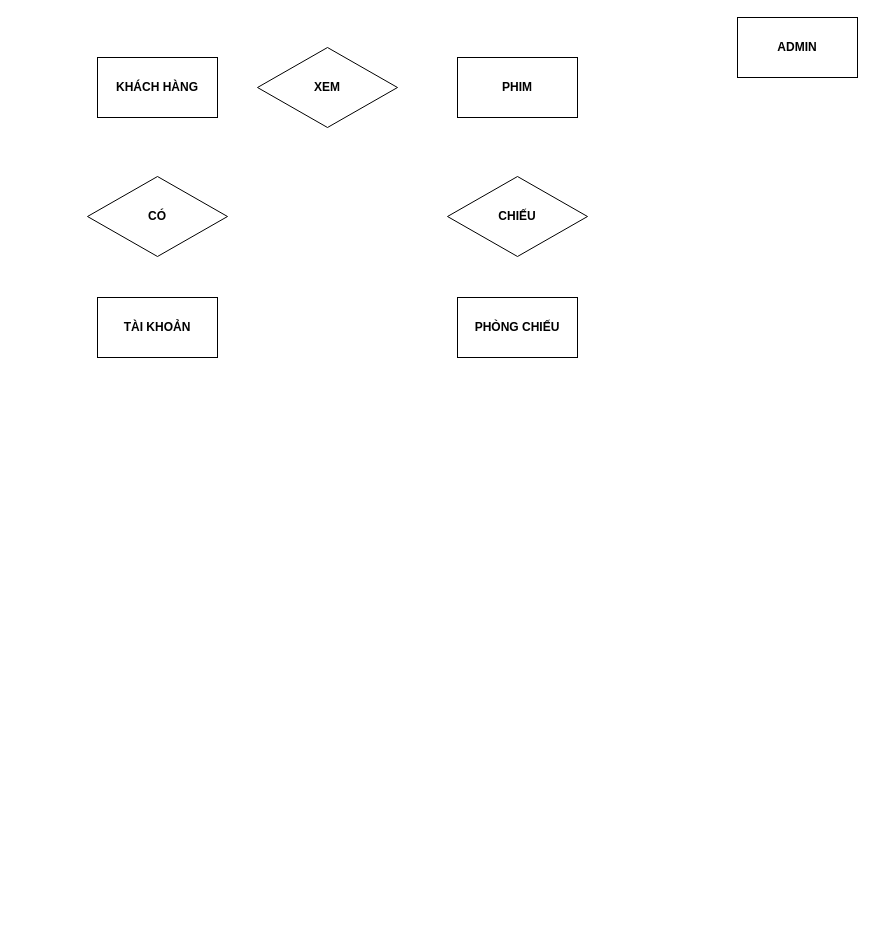
The draw.io diagram page "ERD" (1 of 2) of ERD.drawio in tuanthanhhh/tuanthanhhh, before the edit. Source tidied: cells renumbered, new cells numbered last; positions are measured from the earlier drawing's top-left corner, leaving out a move shared by most shapes. Both pictures are drawn from the tidied source at 100%, with x=0, y=0 at pixel (87, 17).
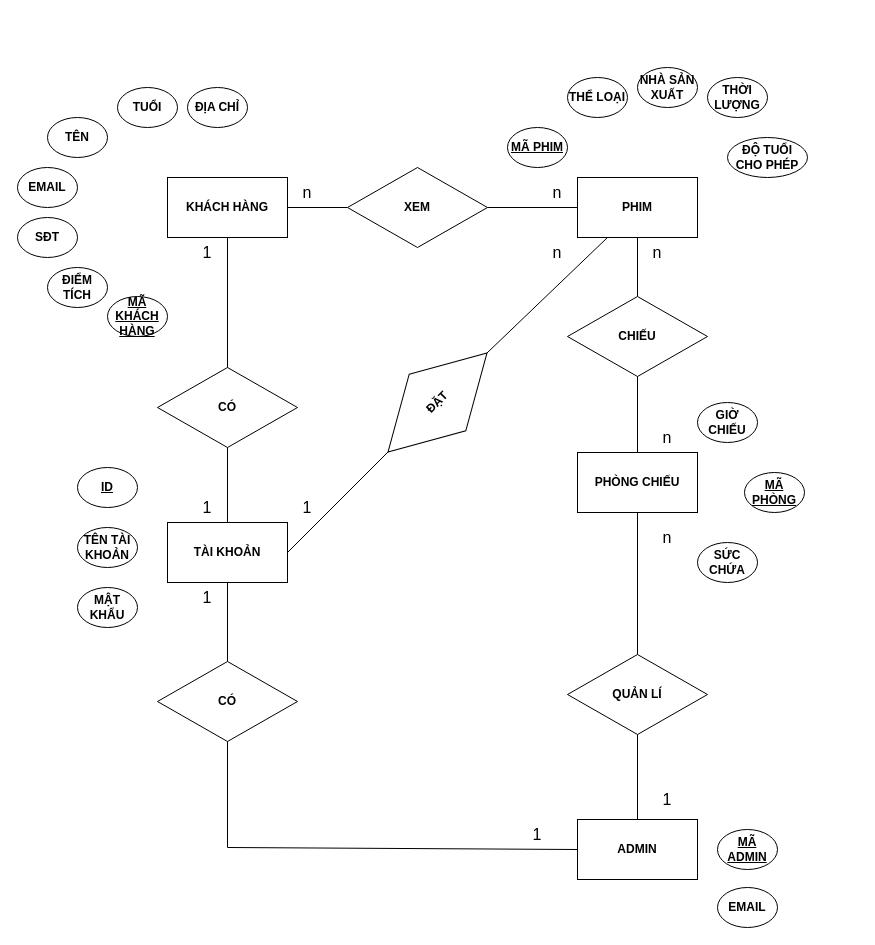
The same diagram, later.

Commit message:
Cập nhật ERD.drawio

The edit, as a diff of the source:
```diff
@@
     <mxCell id="2" value="&lt;b&gt;KHÁCH HÀNG&lt;/b&gt;" style="rounded=0;whiteSpace=wrap;html=1;" parent="1" vertex="1">
-      <mxGeometry x="10" y="40" width="120" height="60" as="geometry" />
+      <mxGeometry x="80" y="160" width="120" height="60" as="geometry" />
     </mxCell>
     <mxCell id="3" value="&lt;b&gt;PHIM&lt;/b&gt;" style="rounded=0;whiteSpace=wrap;html=1;" parent="1" vertex="1">
-      <mxGeometry x="370" y="40" width="120" height="60" as="geometry" />
+      <mxGeometry x="490" y="160" width="120" height="60" as="geometry" />
     </mxCell>
     <mxCell id="4" value="&lt;b&gt;PHÒNG CHIẾU&lt;/b&gt;" style="rounded=0;whiteSpace=wrap;html=1;" parent="1" vertex="1">
-      <mxGeometry x="370" y="280" width="120" height="60" as="geometry" />
+      <mxGeometry x="490" y="435" width="120" height="60" as="geometry" />
     </mxCell>
     <mxCell id="5" value="&lt;b&gt;ADMIN&lt;/b&gt;" style="rounded=0;whiteSpace=wrap;html=1;" parent="1" vertex="1">
-      <mxGeometry x="650" width="120" height="60" as="geometry" />
+      <mxGeometry x="490" y="802" width="120" height="60" as="geometry" />
     </mxCell>
     <mxCell id="6" value="&lt;b&gt;XEM&lt;/b&gt;" style="rhombus;whiteSpace=wrap;html=1;" parent="1" vertex="1">
-      <mxGeometry x="170" y="30" width="140" height="80" as="geometry" />
+      <mxGeometry x="260" y="150" width="140" height="80" as="geometry" />
     </mxCell>
     <mxCell id="7" value="&lt;b&gt;CHIẾU&lt;/b&gt;" style="rhombus;whiteSpace=wrap;html=1;" parent="1" vertex="1">
-      <mxGeometry x="360" y="159" width="140" height="80" as="geometry" />
+      <mxGeometry x="480" y="279" width="140" height="80" as="geometry" />
     </mxCell>
     <mxCell id="8" value="&lt;b&gt;CÓ&lt;/b&gt;" style="rhombus;whiteSpace=wrap;html=1;" parent="1" vertex="1">
-      <mxGeometry y="159" width="140" height="80" as="geometry" />
+      <mxGeometry x="70" y="350" width="140" height="80" as="geometry" />
     </mxCell>
     <mxCell id="9" value="&lt;b&gt;TÀI KHOẢN&lt;/b&gt;" style="rounded=0;whiteSpace=wrap;html=1;" parent="1" vertex="1">
-      <mxGeometry x="10" y="280" width="120" height="60" as="geometry" />
+      <mxGeometry x="80" y="505" width="120" height="60" as="geometry" />
     </mxCell>
+    <mxCell id="10" value="&lt;b&gt;QUẢN LÍ&lt;/b&gt;" style="rhombus;whiteSpace=wrap;html=1;" parent="1" vertex="1">
+      <mxGeometry x="480" y="637" width="140" height="80" as="geometry" />
+    </mxCell>
+    <mxCell id="11" value="&lt;b&gt;TÊN&lt;/b&gt;" style="ellipse;whiteSpace=wrap;html=1;" parent="1" vertex="1">
+      <mxGeometry x="-40" y="100" width="60" height="40" as="geometry" />
+    </mxCell>
+    <mxCell id="12" value="&lt;b&gt;TUỔI&lt;/b&gt;" style="ellipse;whiteSpace=wrap;html=1;" parent="1" vertex="1">
+      <mxGeometry x="30" y="70" width="60" height="40" as="geometry" />
+    </mxCell>
+    <mxCell id="13" value="&lt;b&gt;ĐỊA CHỈ&lt;/b&gt;" style="ellipse;whiteSpace=wrap;html=1;" parent="1" vertex="1">
+      <mxGeometry x="100" y="70" width="60" height="40" as="geometry" />
+    </mxCell>
+    <mxCell id="14" value="&lt;b&gt;EMAIL&lt;/b&gt;" style="ellipse;whiteSpace=wrap;html=1;" parent="1" vertex="1">
+      <mxGeometry x="-70" y="150" width="60" height="40" as="geometry" />
+    </mxCell>
+    <mxCell id="15" value="&lt;b&gt;SĐT&lt;/b&gt;" style="ellipse;whiteSpace=wrap;html=1;" parent="1" vertex="1">
+      <mxGeometry x="-70" y="200" width="60" height="40" as="geometry" />
+    </mxCell>
+    <mxCell id="16" value="&lt;b&gt;ĐIỂM TÍCH&lt;/b&gt;" style="ellipse;whiteSpace=wrap;html=1;" parent="1" vertex="1">
+      <mxGeometry x="-40" y="250" width="60" height="40" as="geometry" />
+    </mxCell>
+    <mxCell id="17" value="&lt;b&gt;&lt;u&gt;MÃ KHÁCH HÀNG&lt;/u&gt;&lt;/b&gt;" style="ellipse;whiteSpace=wrap;html=1;" parent="1" vertex="1">
+      <mxGeometry x="20" y="279" width="60" height="40" as="geometry" />
+    </mxCell>
+    <mxCell id="18" value="&lt;b&gt;&lt;u&gt;MÃ PHIM&lt;/u&gt;&lt;/b&gt;" style="ellipse;whiteSpace=wrap;html=1;" parent="1" vertex="1">
+      <mxGeometry x="420" y="110" width="60" height="40" as="geometry" />
+    </mxCell>
+    <mxCell id="19" value="&lt;b&gt;THỂ LOẠI&lt;/b&gt;" style="ellipse;whiteSpace=wrap;html=1;" parent="1" vertex="1">
+      <mxGeometry x="480" y="60" width="60" height="40" as="geometry" />
+    </mxCell>
+    <mxCell id="20" value="&lt;b&gt;NHÀ SẢN XUẤT&lt;/b&gt;" style="ellipse;whiteSpace=wrap;html=1;" parent="1" vertex="1">
+      <mxGeometry x="550" y="50" width="60" height="40" as="geometry" />
+    </mxCell>
+    <mxCell id="21" value="&lt;b&gt;THỜI LƯỢNG&lt;/b&gt;" style="ellipse;whiteSpace=wrap;html=1;" parent="1" vertex="1">
+      <mxGeometry x="620" y="60" width="60" height="40" as="geometry" />
+    </mxCell>
+    <mxCell id="22" value="&lt;b&gt;ĐỘ TUỔI CHO PHÉP&lt;/b&gt;" style="ellipse;whiteSpace=wrap;html=1;" parent="1" vertex="1">
+      <mxGeometry x="640" y="120" width="80" height="40" as="geometry" />
+    </mxCell>
+    <mxCell id="23" value="&lt;b&gt;&lt;u&gt;MÃ PHÒNG&lt;/u&gt;&lt;/b&gt;" style="ellipse;whiteSpace=wrap;html=1;" parent="1" vertex="1">
+      <mxGeometry x="657" y="455" width="60" height="40" as="geometry" />
+    </mxCell>
+    <mxCell id="24" value="&lt;b&gt;GIỜ CHIẾU&lt;/b&gt;" style="ellipse;whiteSpace=wrap;html=1;" parent="1" vertex="1">
+      <mxGeometry x="610" y="385" width="60" height="40" as="geometry" />
+    </mxCell>
+    <mxCell id="25" value="&lt;b&gt;SỨC CHỨA&lt;/b&gt;" style="ellipse;whiteSpace=wrap;html=1;" parent="1" vertex="1">
+      <mxGeometry x="610" y="525" width="60" height="40" as="geometry" />
+    </mxCell>
+    <mxCell id="26" value="&lt;b&gt;CÓ&lt;/b&gt;" style="rhombus;whiteSpace=wrap;html=1;" parent="1" vertex="1">
+      <mxGeometry x="70" y="644" width="140" height="80" as="geometry" />
+    </mxCell>
+    <mxCell id="27" value="&lt;b&gt;&lt;u&gt;ID&lt;/u&gt;&lt;/b&gt;" style="ellipse;whiteSpace=wrap;html=1;" parent="1" vertex="1">
+      <mxGeometry x="-10" y="450" width="60" height="40" as="geometry" />
+    </mxCell>
+    <mxCell id="28" value="&lt;b&gt;TÊN TÀI KHOẢN&lt;/b&gt;" style="ellipse;whiteSpace=wrap;html=1;" parent="1" vertex="1">
+      <mxGeometry x="-10" y="510" width="60" height="40" as="geometry" />
+    </mxCell>
+    <mxCell id="29" value="&lt;b&gt;MẬT KHẨU&lt;/b&gt;" style="ellipse;whiteSpace=wrap;html=1;" parent="1" vertex="1">
+      <mxGeometry x="-10" y="570" width="60" height="40" as="geometry" />
+    </mxCell>
+    <mxCell id="30" value="&lt;b&gt;&lt;u&gt;MÃ ADMIN&lt;/u&gt;&lt;/b&gt;" style="ellipse;whiteSpace=wrap;html=1;" parent="1" vertex="1">
+      <mxGeometry x="630" y="812" width="60" height="40" as="geometry" />
+    </mxCell>
+    <mxCell id="31" value="&lt;b&gt;EMAIL&lt;/b&gt;" style="ellipse;whiteSpace=wrap;html=1;" parent="1" vertex="1">
+      <mxGeometry x="630" y="870" width="60" height="40" as="geometry" />
+    </mxCell>
+    <mxCell id="32" style="endArrow=none;html=1;rounded=0;exitX=1;exitY=0.5;exitDx=0;exitDy=0;" parent="1" edge="1" source="2" target="6">
+      <mxGeometry relative="1" as="geometry" />
+    </mxCell>
+    <mxCell id="33" style="endArrow=none;html=1;rounded=0;exitX=1;exitY=0.5;exitDx=0;exitDy=0;entryX=0;entryY=0.5;entryDx=0;entryDy=0;" parent="1" edge="1" source="6" target="3">
+      <mxGeometry relative="1" as="geometry" />
+    </mxCell>
+    <mxCell id="34" value="&lt;font style=&quot;font-size: 16px;&quot;&gt;n&lt;/font&gt;" style="text;html=1;strokeColor=none;fillColor=none;align=center;verticalAlign=middle;whiteSpace=wrap;rounded=0;" parent="1" vertex="1">
+      <mxGeometry x="190" y="160" width="60" height="30" as="geometry" />
+    </mxCell>
+    <mxCell id="35" value="&lt;font style=&quot;font-size: 16px;&quot;&gt;n&lt;/font&gt;" style="text;html=1;strokeColor=none;fillColor=none;align=center;verticalAlign=middle;whiteSpace=wrap;rounded=0;" parent="1" vertex="1">
+      <mxGeometry x="440" y="160" width="60" height="30" as="geometry" />
+    </mxCell>
+    <mxCell id="36" style="endArrow=none;html=1;rounded=0;entryX=0.5;entryY=1;entryDx=0;entryDy=0;exitX=0.5;exitY=0;exitDx=0;exitDy=0;" parent="1" edge="1" source="7" target="3">
+      <mxGeometry relative="1" as="geometry" />
+    </mxCell>
+    <mxCell id="37" style="endArrow=none;html=1;rounded=0;entryX=0.5;entryY=1;entryDx=0;entryDy=0;exitX=0.5;exitY=0;exitDx=0;exitDy=0;" parent="1" edge="1" source="4" target="7">
+      <mxGeometry relative="1" as="geometry" />
+    </mxCell>
+    <mxCell id="38" value="&lt;font style=&quot;font-size: 16px;&quot;&gt;n&lt;/font&gt;" style="text;html=1;strokeColor=none;fillColor=none;align=center;verticalAlign=middle;whiteSpace=wrap;rounded=0;" parent="1" vertex="1">
+      <mxGeometry x="540" y="220" width="60" height="30" as="geometry" />
+    </mxCell>
+    <mxCell id="39" value="&lt;font style=&quot;font-size: 16px;&quot;&gt;n&lt;/font&gt;" style="text;html=1;strokeColor=none;fillColor=none;align=center;verticalAlign=middle;whiteSpace=wrap;rounded=0;" parent="1" vertex="1">
+      <mxGeometry x="550" y="405" width="60" height="30" as="geometry" />
+    </mxCell>
+    <mxCell id="40" style="endArrow=none;html=1;rounded=0;entryX=0.5;entryY=1;entryDx=0;entryDy=0;exitX=0.5;exitY=0;exitDx=0;exitDy=0;" parent="1" edge="1" source="10" target="4">
+      <mxGeometry relative="1" as="geometry" />
+    </mxCell>
+    <mxCell id="41" style="endArrow=none;html=1;rounded=0;entryX=0.5;entryY=1;entryDx=0;entryDy=0;exitX=0.5;exitY=0;exitDx=0;exitDy=0;" parent="1" edge="1" source="5" target="10">
+      <mxGeometry relative="1" as="geometry" />
+    </mxCell>
+    <mxCell id="42" value="&lt;font style=&quot;font-size: 16px;&quot;&gt;n&lt;/font&gt;" style="text;html=1;strokeColor=none;fillColor=none;align=center;verticalAlign=middle;whiteSpace=wrap;rounded=0;" parent="1" vertex="1">
+      <mxGeometry x="550" y="505" width="60" height="30" as="geometry" />
+    </mxCell>
+    <mxCell id="43" value="&lt;font style=&quot;font-size: 16px;&quot;&gt;1&lt;/font&gt;" style="text;html=1;strokeColor=none;fillColor=none;align=center;verticalAlign=middle;whiteSpace=wrap;rounded=0;" parent="1" vertex="1">
+      <mxGeometry x="550" y="767" width="60" height="30" as="geometry" />
+    </mxCell>
+    <mxCell id="44" style="endArrow=none;html=1;rounded=0;entryX=0.5;entryY=1;entryDx=0;entryDy=0;" parent="1" edge="1" target="2">
+      <mxGeometry relative="1" as="geometry">
+        <mxPoint x="140" y="350" as="sourcePoint" />
+      </mxGeometry>
+    </mxCell>
+    <mxCell id="45" style="endArrow=none;html=1;rounded=0;entryX=0.5;entryY=1;entryDx=0;entryDy=0;exitX=0.5;exitY=0;exitDx=0;exitDy=0;" parent="1" edge="1" source="9" target="8">
+      <mxGeometry relative="1" as="geometry" />
+    </mxCell>
+    <mxCell id="46" style="endArrow=none;html=1;rounded=0;entryX=0.5;entryY=1;entryDx=0;entryDy=0;exitX=0.5;exitY=0;exitDx=0;exitDy=0;" parent="1" edge="1" source="26" target="9">
+      <mxGeometry relative="1" as="geometry" />
+    </mxCell>
+    <mxCell id="47" value="&lt;font style=&quot;font-size: 16px;&quot;&gt;1&lt;/font&gt;" style="text;html=1;strokeColor=none;fillColor=none;align=center;verticalAlign=middle;whiteSpace=wrap;rounded=0;" parent="1" vertex="1">
+      <mxGeometry x="90" y="475" width="60" height="30" as="geometry" />
+    </mxCell>
+    <mxCell id="48" value="&lt;font style=&quot;font-size: 16px;&quot;&gt;1&lt;/font&gt;" style="text;html=1;strokeColor=none;fillColor=none;align=center;verticalAlign=middle;whiteSpace=wrap;rounded=0;" parent="1" vertex="1">
+      <mxGeometry x="90" y="220" width="60" height="30" as="geometry" />
+    </mxCell>
+    <mxCell id="49" value="&lt;font style=&quot;font-size: 16px;&quot;&gt;1&lt;/font&gt;" style="text;html=1;strokeColor=none;fillColor=none;align=center;verticalAlign=middle;whiteSpace=wrap;rounded=0;" parent="1" vertex="1">
+      <mxGeometry x="90" y="565" width="60" height="30" as="geometry" />
+    </mxCell>
+    <mxCell id="50" style="endArrow=none;html=1;rounded=0;entryX=0;entryY=0.5;entryDx=0;entryDy=0;" parent="1" edge="1" target="5">
+      <mxGeometry relative="1" as="geometry">
+        <mxPoint x="140" y="830" as="sourcePoint" />
+      </mxGeometry>
+    </mxCell>
+    <mxCell id="51" style="endArrow=none;html=1;rounded=0;entryX=0.5;entryY=1;entryDx=0;entryDy=0;" parent="1" edge="1" target="26">
+      <mxGeometry relative="1" as="geometry">
+        <mxPoint x="140" y="830" as="sourcePoint" />
+      </mxGeometry>
+    </mxCell>
+    <mxCell id="52" value="&lt;font style=&quot;font-size: 16px;&quot;&gt;1&lt;/font&gt;" style="text;html=1;strokeColor=none;fillColor=none;align=center;verticalAlign=middle;whiteSpace=wrap;rounded=0;" parent="1" vertex="1">
+      <mxGeometry x="420" y="802" width="60" height="30" as="geometry" />
+    </mxCell>
+    <mxCell id="53" style="endArrow=none;html=1;rounded=0;exitX=1;exitY=0.5;exitDx=0;exitDy=0;entryX=0;entryY=0.5;entryDx=0;entryDy=0;" parent="1" edge="1" source="9" target="54">
+      <mxGeometry relative="1" as="geometry" />
+    </mxCell>
+    <mxCell id="54" value="&lt;b&gt;ĐẶT&lt;/b&gt;" style="rhombus;whiteSpace=wrap;html=1;rotation=-45;" parent="1" vertex="1">
+      <mxGeometry x="280" y="345" width="140" height="80" as="geometry" />
+    </mxCell>
+    <mxCell id="55" style="endArrow=none;html=1;rounded=0;entryX=0.25;entryY=1;entryDx=0;entryDy=0;exitX=1;exitY=0.5;exitDx=0;exitDy=0;" parent="1" edge="1" source="54" target="3">
+      <mxGeometry relative="1" as="geometry" />
+    </mxCell>
+    <mxCell id="56" value="&lt;font style=&quot;font-size: 16px;&quot;&gt;1&lt;/font&gt;" style="text;html=1;strokeColor=none;fillColor=none;align=center;verticalAlign=middle;whiteSpace=wrap;rounded=0;" parent="1" vertex="1">
+      <mxGeometry x="190" y="475" width="60" height="30" as="geometry" />
+    </mxCell>
+    <mxCell id="57" value="&lt;font style=&quot;font-size: 16px;&quot;&gt;n&lt;/font&gt;" style="text;html=1;strokeColor=none;fillColor=none;align=center;verticalAlign=middle;whiteSpace=wrap;rounded=0;" parent="1" vertex="1">
+      <mxGeometry x="440" y="220" width="60" height="30" as="geometry" />
+    </mxCell>
```
